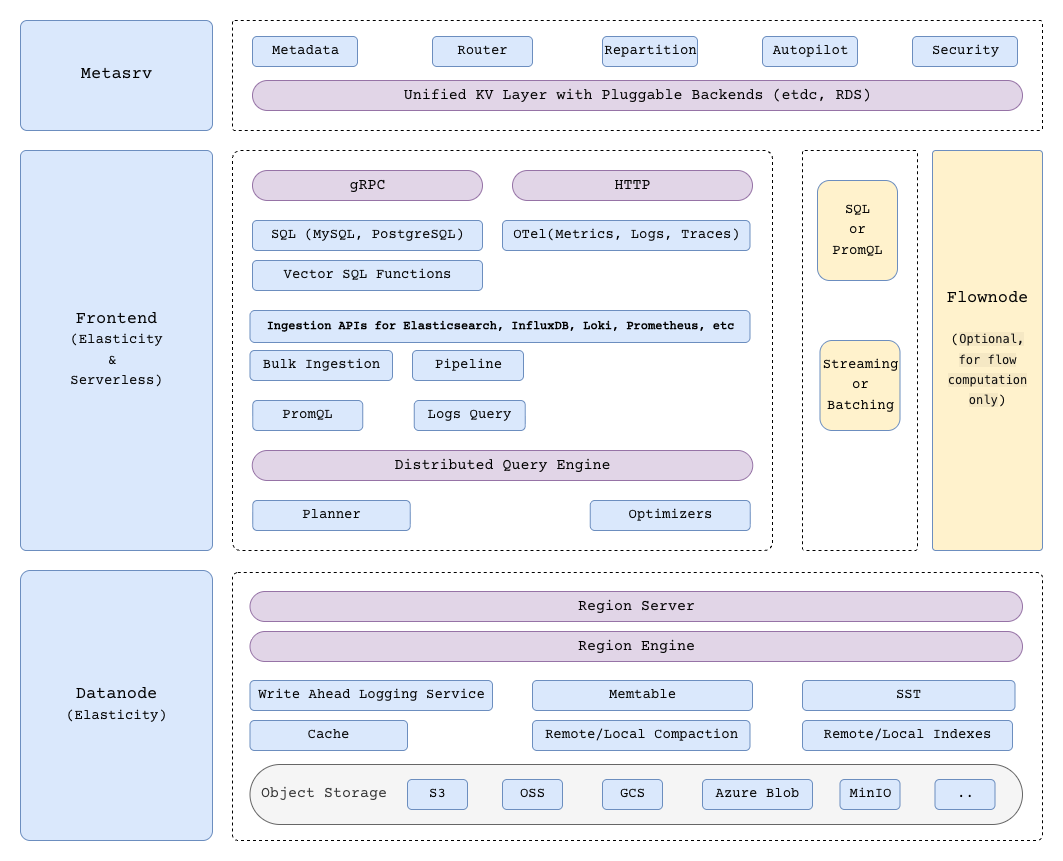
GreptimeTeam/docs keeps this draw.io diagram as static/architecture-4.png. Above is the earlier version. Source tidied: cells renumbered, new cells last; positions are measured from the earlier drawing's top-left corner, leaving out a move shared by most shapes.
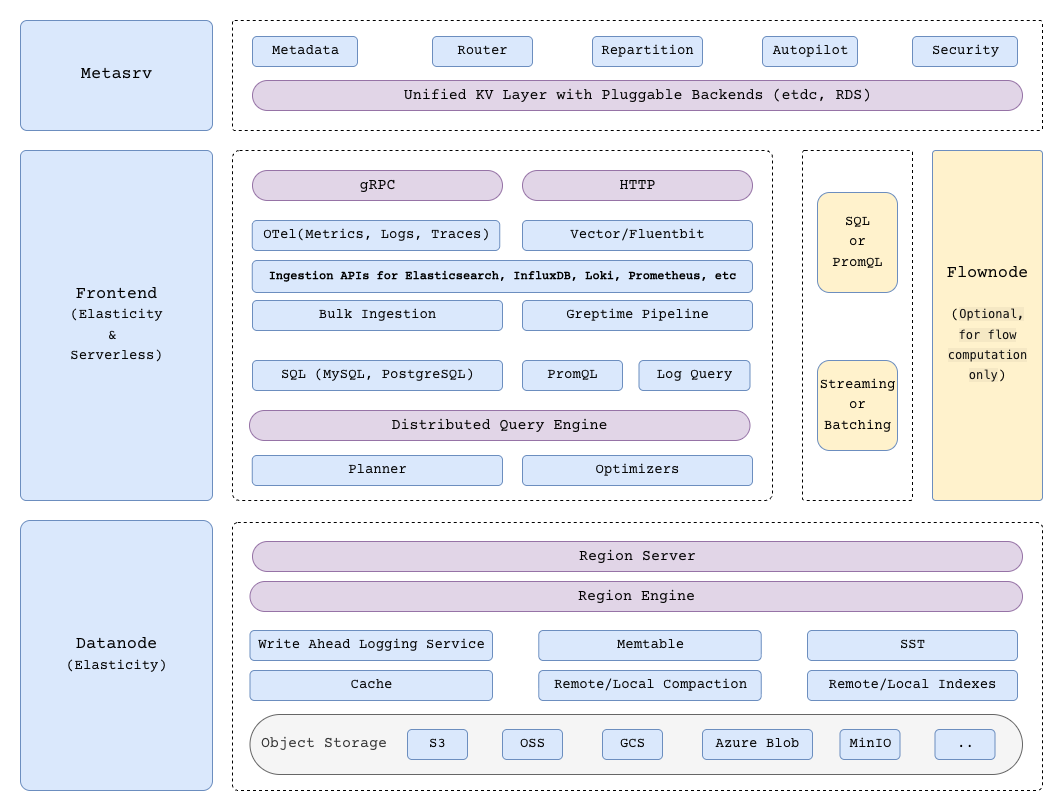
After the commit.

Diff of the diagram source:
```diff
@@ -6,10 +6,10 @@
       <mxGeometry width="192" height="110" as="geometry" />
     </mxCell>
     <mxCell id="3" value="Frontend&lt;div&gt;&lt;font style=&quot;font-size: 14px;&quot;&gt;(Elasticity&lt;/font&gt;&lt;/div&gt;&lt;div&gt;&lt;font style=&quot;font-size: 14px;&quot;&gt;&amp;amp;&amp;nbsp;&lt;/font&gt;&lt;/div&gt;&lt;div&gt;&lt;font style=&quot;font-size: 14px;&quot;&gt;Serverless)&lt;/font&gt;&lt;/div&gt;" style="rounded=1;html=1;fillColor=#dae8fc;strokeColor=#6c8ebf;fontSize=17;fontFamily=Courier Prime;fontStyle=0;spacing=2;fontSource=https%3A%2F%2Ffonts.googleapis.com%2Fcss%3Ffamily%3DCourier%2BPrime;arcSize=3;" parent="1" vertex="1">
-      <mxGeometry y="130" width="192" height="400" as="geometry" />
+      <mxGeometry y="130" width="192" height="350" as="geometry" />
     </mxCell>
     <mxCell id="4" value="Datanode&lt;div&gt;&lt;font style=&quot;font-size: 14px;&quot;&gt;(Elasticity)&lt;/font&gt;&lt;/div&gt;" style="rounded=1;html=1;fillColor=#dae8fc;strokeColor=#6c8ebf;fontSize=17;fontFamily=Courier Prime;fontStyle=0;spacing=2;fontSource=https%3A%2F%2Ffonts.googleapis.com%2Fcss%3Ffamily%3DCourier%2BPrime;arcSize=5;" parent="1" vertex="1">
-      <mxGeometry y="550" width="192" height="270" as="geometry" />
+      <mxGeometry y="500" width="192" height="270" as="geometry" />
     </mxCell>
     <mxCell id="5" style="rounded=1;html=1;fillColor=none;strokeColor=#000000;fontSize=17;fillOpacity=30;fontColor=#170128;fontFamily=Courier Prime;fontStyle=0;spacing=2;fontSource=https%3A%2F%2Ffonts.googleapis.com%2Fcss%3Ffamily%3DCourier%2BPrime;glass=0;arcSize=2;dashed=1;strokeWidth=1;" parent="1" vertex="1">
       <mxGeometry x="212" width="810" height="110" as="geometry" />
@@ -30,109 +30,109 @@
       <mxGeometry x="232" y="60" width="770" height="30" as="geometry" />
     </mxCell>
     <mxCell id="11" style="rounded=1;html=1;fillColor=none;strokeColor=#000000;fontSize=17;fillOpacity=30;fontColor=#170128;fontFamily=Courier Prime;fontStyle=0;spacing=2;fontSource=https%3A%2F%2Ffonts.googleapis.com%2Fcss%3Ffamily%3DCourier%2BPrime;glass=0;arcSize=2;dashed=1;strokeWidth=1;" parent="1" vertex="1">
-      <mxGeometry x="212" y="130" width="540" height="400" as="geometry" />
+      <mxGeometry x="212" y="130" width="540" height="350" as="geometry" />
     </mxCell>
     <mxCell id="12" value="gRPC" style="rounded=1;html=1;fillColor=#e1d5e7;strokeColor=#9673a6;fontSize=15;arcSize=50;fontFamily=Courier Prime;fontStyle=0;spacing=2;fontSource=https%3A%2F%2Ffonts.googleapis.com%2Fcss%3Ffamily%3DCourier%2BPrime;" parent="1" vertex="1">
-      <mxGeometry x="232" y="150" width="230" height="30" as="geometry" />
+      <mxGeometry x="232" y="150" width="250" height="30" as="geometry" />
     </mxCell>
     <mxCell id="13" value="HTTP" style="rounded=1;html=1;fillColor=#e1d5e7;strokeColor=#9673a6;fontSize=15;arcSize=50;fontFamily=Courier Prime;fontStyle=0;spacing=2;fontSource=https%3A%2F%2Ffonts.googleapis.com%2Fcss%3Ffamily%3DCourier%2BPrime;" parent="1" vertex="1">
-      <mxGeometry x="492" y="150" width="240" height="30" as="geometry" />
+      <mxGeometry x="502" y="150" width="230" height="30" as="geometry" />
     </mxCell>
     <mxCell id="14" value="&lt;font style=&quot;font-size: 14px;&quot;&gt;SQL (MySQL, PostgreSQL)&lt;/font&gt;" style="rounded=1;html=1;fillColor=#dae8fc;strokeColor=#6c8ebf;fontSize=17;fontFamily=Courier Prime;fontStyle=0;spacing=2;fontSource=https%3A%2F%2Ffonts.googleapis.com%2Fcss%3Ffamily%3DCourier%2BPrime;" parent="1" vertex="1">
-      <mxGeometry x="232" y="200" width="230" height="30" as="geometry" />
+      <mxGeometry x="232" y="340" width="250" height="30" as="geometry" />
     </mxCell>
-    <mxCell id="15" value="&lt;font style=&quot;font-size: 14px;&quot;&gt;Pipeline&lt;/font&gt;" style="rounded=1;html=1;fillColor=#dae8fc;strokeColor=#6c8ebf;fontSize=17;fontFamily=Courier Prime;fontStyle=0;spacing=2;fontSource=https%3A%2F%2Ffonts.googleapis.com%2Fcss%3Ffamily%3DCourier%2BPrime;" parent="1" vertex="1">
-      <mxGeometry x="392" y="330" width="111" height="30" as="geometry" />
+    <mxCell id="15" value="&lt;font style=&quot;font-size: 14px;&quot;&gt;Greptime Pipeline&lt;/font&gt;" style="rounded=1;html=1;fillColor=#dae8fc;strokeColor=#6c8ebf;fontSize=17;fontFamily=Courier Prime;fontStyle=0;spacing=2;fontSource=https%3A%2F%2Ffonts.googleapis.com%2Fcss%3Ffamily%3DCourier%2BPrime;" parent="1" vertex="1">
+      <mxGeometry x="502" y="280" width="230" height="30" as="geometry" />
     </mxCell>
     <mxCell id="16" value="&lt;font style=&quot;font-size: 14px;&quot;&gt;PromQL&lt;/font&gt;" style="rounded=1;html=1;fillColor=#dae8fc;strokeColor=#6c8ebf;fontSize=17;fontFamily=Courier Prime;fontStyle=0;spacing=2;fontSource=https%3A%2F%2Ffonts.googleapis.com%2Fcss%3Ffamily%3DCourier%2BPrime;" parent="1" vertex="1">
-      <mxGeometry x="232.2" y="380" width="110" height="30" as="geometry" />
+      <mxGeometry x="502" y="340" width="100" height="30" as="geometry" />
     </mxCell>
     <mxCell id="17" value="&lt;span style=&quot;font-weight: 400;&quot;&gt;&lt;font style=&quot;font-size: 14px;&quot;&gt;OTel(Metrics, Logs, Traces)&lt;/font&gt;&lt;/span&gt;" style="rounded=1;html=1;fillColor=#dae8fc;strokeColor=#6c8ebf;fontSize=17;fontFamily=Courier Prime;fontStyle=1;spacing=2;fontSource=https%3A%2F%2Ffonts.googleapis.com%2Fcss%3Ffamily%3DCourier%2BPrime;" parent="1" vertex="1">
-      <mxGeometry x="482" y="200" width="247.5" height="30" as="geometry" />
+      <mxGeometry x="231.8" y="200" width="247.5" height="30" as="geometry" />
     </mxCell>
     <mxCell id="18" value="Distributed Query Engine" style="rounded=1;html=1;fillColor=#e1d5e7;strokeColor=#9673a6;fontSize=15;arcSize=50;fontFamily=Courier Prime;fontStyle=0;spacing=2;fontSource=https%3A%2F%2Ffonts.googleapis.com%2Fcss%3Ffamily%3DCourier%2BPrime;" parent="1" vertex="1">
-      <mxGeometry x="231.8" y="430" width="500.5" height="30" as="geometry" />
+      <mxGeometry x="229" y="390" width="500.5" height="30" as="geometry" />
     </mxCell>
     <mxCell id="19" value="&lt;span style=&quot;font-size: 14px;&quot;&gt;Planner&lt;/span&gt;" style="rounded=1;html=1;fillColor=#dae8fc;strokeColor=#6c8ebf;fontSize=17;fontFamily=Courier Prime;fontStyle=0;spacing=2;fontSource=https%3A%2F%2Ffonts.googleapis.com%2Fcss%3Ffamily%3DCourier%2BPrime;" parent="1" vertex="1">
-      <mxGeometry x="232.2" y="480" width="157.5" height="30" as="geometry" />
+      <mxGeometry x="231.8" y="435" width="250.2" height="30" as="geometry" />
     </mxCell>
     <mxCell id="20" value="&lt;span style=&quot;font-size: 14px;&quot;&gt;Optimizers&lt;/span&gt;" style="rounded=1;html=1;fillColor=#dae8fc;strokeColor=#6c8ebf;fontSize=17;fontFamily=Courier Prime;fontStyle=0;spacing=2;fontSource=https%3A%2F%2Ffonts.googleapis.com%2Fcss%3Ffamily%3DCourier%2BPrime;" parent="1" vertex="1">
-      <mxGeometry x="569.8" y="480" width="160" height="30" as="geometry" />
+      <mxGeometry x="502" y="435" width="230" height="30" as="geometry" />
     </mxCell>
     <mxCell id="21" style="rounded=1;html=1;fillColor=none;strokeColor=#000000;fontSize=17;fillOpacity=30;fontColor=#170128;fontFamily=Courier Prime;fontStyle=0;spacing=2;fontSource=https%3A%2F%2Ffonts.googleapis.com%2Fcss%3Ffamily%3DCourier%2BPrime;glass=0;arcSize=2;dashed=1;strokeWidth=1;" parent="1" vertex="1">
-      <mxGeometry x="212" y="552" width="810" height="268" as="geometry" />
+      <mxGeometry x="212" y="502" width="810" height="268" as="geometry" />
     </mxCell>
     <mxCell id="22" value="Region Server" style="rounded=1;html=1;fillColor=#e1d5e7;strokeColor=#9673a6;fontSize=15;arcSize=50;fontFamily=Courier Prime;fontStyle=0;spacing=2;fontSource=https%3A%2F%2Ffonts.googleapis.com%2Fcss%3Ffamily%3DCourier%2BPrime;" parent="1" vertex="1">
-      <mxGeometry x="229.5" y="571" width="772.5" height="30" as="geometry" />
+      <mxGeometry x="232" y="521" width="770" height="30" as="geometry" />
     </mxCell>
     <mxCell id="23" value="Region Engine" style="rounded=1;html=1;fillColor=#e1d5e7;strokeColor=#9673a6;fontSize=15;arcSize=50;fontFamily=Courier Prime;fontStyle=0;spacing=2;fontSource=https%3A%2F%2Ffonts.googleapis.com%2Fcss%3Ffamily%3DCourier%2BPrime;" parent="1" vertex="1">
-      <mxGeometry x="229.5" y="611" width="772.5" height="30" as="geometry" />
+      <mxGeometry x="229.5" y="561" width="772.5" height="30" as="geometry" />
     </mxCell>
     <mxCell id="24" value="&lt;span style=&quot;font-size: 14px;&quot;&gt;Write Ahead Logging Service&lt;/span&gt;" style="rounded=1;html=1;fillColor=#dae8fc;strokeColor=#6c8ebf;fontSize=17;fontFamily=Courier Prime;fontStyle=0;spacing=2;fontSource=https%3A%2F%2Ffonts.googleapis.com%2Fcss%3Ffamily%3DCourier%2BPrime;" parent="1" vertex="1">
-      <mxGeometry x="229.5" y="660" width="242.5" height="30" as="geometry" />
+      <mxGeometry x="229.5" y="610" width="242.5" height="30" as="geometry" />
     </mxCell>
     <mxCell id="25" value="&lt;span style=&quot;font-size: 14px;&quot;&gt;Memtable&lt;/span&gt;" style="rounded=1;html=1;fillColor=#dae8fc;strokeColor=#6c8ebf;fontSize=17;fontFamily=Courier Prime;fontStyle=0;spacing=2;fontSource=https%3A%2F%2Ffonts.googleapis.com%2Fcss%3Ffamily%3DCourier%2BPrime;" parent="1" vertex="1">
-      <mxGeometry x="512" y="660" width="220" height="30" as="geometry" />
+      <mxGeometry x="518.2" y="610" width="222.5" height="30" as="geometry" />
     </mxCell>
     <mxCell id="26" value="&lt;span style=&quot;font-size: 14px;&quot;&gt;SST&lt;/span&gt;" style="rounded=1;html=1;fillColor=#dae8fc;strokeColor=#6c8ebf;fontSize=17;fontFamily=Courier Prime;fontStyle=0;spacing=2;fontSource=https%3A%2F%2Ffonts.googleapis.com%2Fcss%3Ffamily%3DCourier%2BPrime;" parent="1" vertex="1">
-      <mxGeometry x="782" y="660" width="212.5" height="30" as="geometry" />
+      <mxGeometry x="787" y="610" width="210" height="30" as="geometry" />
     </mxCell>
     <mxCell id="27" value="&lt;span style=&quot;font-size: 14px;&quot;&gt;Remote/Local Indexes&lt;/span&gt;" style="rounded=1;html=1;fillColor=#dae8fc;strokeColor=#6c8ebf;fontSize=17;fontFamily=Courier Prime;fontStyle=0;spacing=2;fontSource=https%3A%2F%2Ffonts.googleapis.com%2Fcss%3Ffamily%3DCourier%2BPrime;" parent="1" vertex="1">
-      <mxGeometry x="782" y="700" width="210" height="30" as="geometry" />
+      <mxGeometry x="787" y="650" width="210" height="30" as="geometry" />
     </mxCell>
     <mxCell id="28" value="&lt;span style=&quot;font-size: 14px;&quot;&gt;Cache&lt;/span&gt;" style="rounded=1;html=1;fillColor=#dae8fc;strokeColor=#6c8ebf;fontSize=17;fontFamily=Courier Prime;fontStyle=0;spacing=2;fontSource=https%3A%2F%2Ffonts.googleapis.com%2Fcss%3Ffamily%3DCourier%2BPrime;" parent="1" vertex="1">
-      <mxGeometry x="229.5" y="700" width="157.5" height="30" as="geometry" />
+      <mxGeometry x="229.5" y="650" width="242.5" height="30" as="geometry" />
     </mxCell>
     <mxCell id="29" value="&lt;span style=&quot;font-size: 14px;&quot;&gt;Remote/Local Compaction&lt;/span&gt;" style="rounded=1;html=1;fillColor=#dae8fc;strokeColor=#6c8ebf;fontSize=17;fontFamily=Courier Prime;fontStyle=0;spacing=2;fontSource=https%3A%2F%2Ffonts.googleapis.com%2Fcss%3Ffamily%3DCourier%2BPrime;" parent="1" vertex="1">
-      <mxGeometry x="512" y="700" width="217.5" height="30" as="geometry" />
+      <mxGeometry x="518.2" y="650" width="222.5" height="30" as="geometry" />
     </mxCell>
     <mxCell id="30" value="&lt;font style=&quot;font-size: 15px;&quot;&gt;&amp;nbsp;Object Storage&lt;/font&gt;" style="rounded=1;html=1;fillColor=#f5f5f5;strokeColor=#666666;fontSize=17;fontColor=#333333;arcSize=50;fontFamily=Courier Prime;fontStyle=0;spacing=2;fontSource=https%3A%2F%2Ffonts.googleapis.com%2Fcss%3Ffamily%3DCourier%2BPrime;align=left;" parent="1" vertex="1">
-      <mxGeometry x="229.5" y="744" width="772.5" height="60" as="geometry" />
+      <mxGeometry x="229.5" y="694" width="772.5" height="60" as="geometry" />
     </mxCell>
     <mxCell id="31" value="&lt;span style=&quot;font-size: 14px;&quot;&gt;S3&lt;/span&gt;" style="rounded=1;html=1;fillColor=#dae8fc;strokeColor=#6c8ebf;fontSize=17;fontFamily=Courier Prime;fontStyle=0;spacing=2;fontSource=https%3A%2F%2Ffonts.googleapis.com%2Fcss%3Ffamily%3DCourier%2BPrime;" parent="1" vertex="1">
-      <mxGeometry x="387" y="759" width="60" height="30" as="geometry" />
+      <mxGeometry x="387" y="709" width="60" height="30" as="geometry" />
     </mxCell>
     <mxCell id="32" value="&lt;span style=&quot;font-size: 14px;&quot;&gt;OSS&lt;/span&gt;" style="rounded=1;html=1;fillColor=#dae8fc;strokeColor=#6c8ebf;fontSize=17;fontFamily=Courier Prime;fontStyle=0;spacing=2;fontSource=https%3A%2F%2Ffonts.googleapis.com%2Fcss%3Ffamily%3DCourier%2BPrime;" parent="1" vertex="1">
-      <mxGeometry x="482" y="759" width="60" height="30" as="geometry" />
+      <mxGeometry x="482" y="709" width="60" height="30" as="geometry" />
     </mxCell>
     <mxCell id="33" value="&lt;span style=&quot;font-size: 14px;&quot;&gt;GCS&lt;/span&gt;" style="rounded=1;html=1;fillColor=#dae8fc;strokeColor=#6c8ebf;fontSize=17;fontFamily=Courier Prime;fontStyle=0;spacing=2;fontSource=https%3A%2F%2Ffonts.googleapis.com%2Fcss%3Ffamily%3DCourier%2BPrime;" parent="1" vertex="1">
-      <mxGeometry x="582" y="759" width="60" height="30" as="geometry" />
+      <mxGeometry x="582" y="709" width="60" height="30" as="geometry" />
     </mxCell>
     <mxCell id="34" value="&lt;span style=&quot;font-size: 14px;&quot;&gt;..&lt;/span&gt;" style="rounded=1;html=1;fillColor=#dae8fc;strokeColor=#6c8ebf;fontSize=17;fontFamily=Courier Prime;fontStyle=0;spacing=2;fontSource=https%3A%2F%2Ffonts.googleapis.com%2Fcss%3Ffamily%3DCourier%2BPrime;" parent="1" vertex="1">
-      <mxGeometry x="914.5" y="759" width="60" height="30" as="geometry" />
+      <mxGeometry x="914.5" y="709" width="60" height="30" as="geometry" />
     </mxCell>
     <mxCell id="35" value="&lt;font style=&quot;font-size: 14px;&quot;&gt;Repartition&lt;/font&gt;" style="rounded=1;html=1;fillColor=#dae8fc;strokeColor=#6c8ebf;fontSize=17;fontFamily=Courier Prime;fontStyle=0;spacing=2;fontSource=https%3A%2F%2Ffonts.googleapis.com%2Fcss%3Ffamily%3DCourier%2BPrime;" parent="1" vertex="1">
-      <mxGeometry x="582" y="16" width="95" height="30" as="geometry" />
+      <mxGeometry x="572" y="16" width="110" height="30" as="geometry" />
     </mxCell>
     <mxCell id="36" value="&lt;font style=&quot;font-size: 12px;&quot;&gt;Ingestion APIs for Elasticsearch, InfluxDB, Loki, Prometheus, etc&lt;/font&gt;" style="rounded=1;html=1;fillColor=#dae8fc;strokeColor=#6c8ebf;fontSize=17;fontFamily=Courier Prime;fontStyle=1;spacing=2;fontSource=https%3A%2F%2Ffonts.googleapis.com%2Fcss%3Ffamily%3DCourier%2BPrime;" parent="1" vertex="1">
-      <mxGeometry x="229.5" y="290" width="500" height="32" as="geometry" />
+      <mxGeometry x="231.8" y="240" width="500.2" height="32" as="geometry" />
     </mxCell>
-    <mxCell id="37" value="&lt;font style=&quot;font-size: 14px;&quot;&gt;Logs Query&lt;/font&gt;" style="rounded=1;html=1;fillColor=#dae8fc;strokeColor=#6c8ebf;fontSize=17;fontFamily=Courier Prime;fontStyle=0;spacing=2;fontSource=https%3A%2F%2Ffonts.googleapis.com%2Fcss%3Ffamily%3DCourier%2BPrime;" parent="1" vertex="1">
-      <mxGeometry x="393.8" y="380" width="111" height="30" as="geometry" />
+    <mxCell id="37" value="&lt;font style=&quot;font-size: 14px;&quot;&gt;Log Query&lt;/font&gt;" style="rounded=1;html=1;fillColor=#dae8fc;strokeColor=#6c8ebf;fontSize=17;fontFamily=Courier Prime;fontStyle=0;spacing=2;fontSource=https%3A%2F%2Ffonts.googleapis.com%2Fcss%3Ffamily%3DCourier%2BPrime;" parent="1" vertex="1">
+      <mxGeometry x="618.5" y="340" width="111" height="30" as="geometry" />
     </mxCell>
     <mxCell id="38" style="rounded=1;html=1;fillColor=none;strokeColor=#000000;fontSize=17;fillOpacity=30;fontColor=#170128;fontFamily=Courier Prime;fontStyle=0;spacing=2;fontSource=https%3A%2F%2Ffonts.googleapis.com%2Fcss%3Ffamily%3DCourier%2BPrime;glass=0;arcSize=2;dashed=1;strokeWidth=1;" parent="1" vertex="1">
-      <mxGeometry x="782" y="130" width="115" height="400" as="geometry" />
+      <mxGeometry x="782" y="130" width="110" height="350" as="geometry" />
     </mxCell>
     <mxCell id="39" value="&lt;font style=&quot;font-size: 14px;&quot;&gt;SQL&lt;/font&gt;&lt;div&gt;&lt;span style=&quot;font-size: 14px;&quot;&gt;or&lt;/span&gt;&lt;/div&gt;&lt;div&gt;&lt;font style=&quot;font-size: 14px;&quot;&gt;PromQL&lt;/font&gt;&lt;/div&gt;" style="rounded=1;html=1;fillColor=#FFF2CC;strokeColor=#6c8ebf;fontSize=17;fontFamily=Courier Prime;fontStyle=0;spacing=2;fontSource=https%3A%2F%2Ffonts.googleapis.com%2Fcss%3Ffamily%3DCourier%2BPrime;" parent="1" vertex="1">
-      <mxGeometry x="797" y="160" width="80" height="100" as="geometry" />
+      <mxGeometry x="797" y="172" width="80" height="100" as="geometry" />
     </mxCell>
     <mxCell id="40" value="&lt;font style=&quot;font-size: 14px;&quot;&gt;Bulk Ingestion&lt;/font&gt;" style="rounded=1;html=1;fillColor=#dae8fc;strokeColor=#6c8ebf;fontSize=17;fontFamily=Courier Prime;fontStyle=0;spacing=2;fontSource=https%3A%2F%2Ffonts.googleapis.com%2Fcss%3Ffamily%3DCourier%2BPrime;" parent="1" vertex="1">
-      <mxGeometry x="229.5" y="330" width="142.5" height="30" as="geometry" />
+      <mxGeometry x="232" y="280" width="250" height="30" as="geometry" />
     </mxCell>
     <mxCell id="41" value="&lt;font style=&quot;font-size: 14px;&quot;&gt;Streaming&lt;/font&gt;&lt;div&gt;&lt;span style=&quot;font-size: 14px;&quot;&gt;or&lt;/span&gt;&lt;/div&gt;&lt;div&gt;&lt;font style=&quot;font-size: 14px;&quot;&gt;Batching&lt;/font&gt;&lt;/div&gt;" style="rounded=1;html=1;fillColor=#FFF2CC;strokeColor=#6c8ebf;fontSize=17;fontFamily=Courier Prime;fontStyle=0;spacing=2;fontSource=https%3A%2F%2Ffonts.googleapis.com%2Fcss%3Ffamily%3DCourier%2BPrime;" parent="1" vertex="1">
-      <mxGeometry x="799.5" y="320" width="80" height="90" as="geometry" />
+      <mxGeometry x="797" y="340" width="80" height="90" as="geometry" />
     </mxCell>
     <mxCell id="42" value="&lt;span style=&quot;font-size: 14px;&quot;&gt;Azure Blob&lt;/span&gt;" style="rounded=1;html=1;fillColor=#dae8fc;strokeColor=#6c8ebf;fontSize=17;fontFamily=Courier Prime;fontStyle=0;spacing=2;fontSource=https%3A%2F%2Ffonts.googleapis.com%2Fcss%3Ffamily%3DCourier%2BPrime;" parent="1" vertex="1">
-      <mxGeometry x="682" y="759" width="110" height="30" as="geometry" />
+      <mxGeometry x="682" y="709" width="110" height="30" as="geometry" />
     </mxCell>
     <mxCell id="43" value="&lt;span style=&quot;font-size: 14px;&quot;&gt;MinIO&lt;/span&gt;" style="rounded=1;html=1;fillColor=#dae8fc;strokeColor=#6c8ebf;fontSize=17;fontFamily=Courier Prime;fontStyle=0;spacing=2;fontSource=https%3A%2F%2Ffonts.googleapis.com%2Fcss%3Ffamily%3DCourier%2BPrime;" parent="1" vertex="1">
-      <mxGeometry x="819.5" y="759" width="60" height="30" as="geometry" />
+      <mxGeometry x="819.5" y="709" width="60" height="30" as="geometry" />
     </mxCell>
     <mxCell id="44" value="Flownode&lt;div&gt;&lt;font style=&quot;font-size: 14px;&quot;&gt;&lt;div style=&quot;font-size: 17px;&quot;&gt;&lt;font style=&quot;font-size: 14px;&quot;&gt;&lt;br&gt;&lt;/font&gt;&lt;/div&gt;&lt;div style=&quot;font-size: 17px;&quot;&gt;&lt;font style=&quot;font-size: 14px;&quot;&gt;(&lt;span style=&quot;color: rgb(13, 13, 13); font-family: ui-monospace, SFMono-Regular, &amp;quot;SF Mono&amp;quot;, Menlo, Consolas, &amp;quot;Liberation Mono&amp;quot;, monospace; font-size: 12px; text-align: start; text-wrap-mode: wrap; background-color: oklab(0.159065 0.00000723451 0.00000317395 / 0.042);&quot;&gt;Optional, for flow computation only&lt;/span&gt;)&lt;/font&gt;&lt;/div&gt;&lt;/font&gt;&lt;/div&gt;" style="rounded=1;html=1;fillColor=#FFF2CC;strokeColor=#6c8ebf;fontSize=17;fontFamily=Courier Prime;fontStyle=0;spacing=2;fontSource=https%3A%2F%2Ffonts.googleapis.com%2Fcss%3Ffamily%3DCourier%2BPrime;arcSize=3;" parent="1" vertex="1">
-      <mxGeometry x="912" y="130" width="110" height="400" as="geometry" />
+      <mxGeometry x="912" y="130" width="110" height="350" as="geometry" />
     </mxCell>
-    <mxCell id="45" value="&lt;font style=&quot;font-size: 14px;&quot;&gt;Vector SQL Functions&lt;/font&gt;" style="rounded=1;html=1;fillColor=#dae8fc;strokeColor=#6c8ebf;fontSize=17;fontFamily=Courier Prime;fontStyle=0;spacing=2;fontSource=https%3A%2F%2Ffonts.googleapis.com%2Fcss%3Ffamily%3DCourier%2BPrime;" parent="1" vertex="1">
-      <mxGeometry x="232" y="240" width="230" height="30" as="geometry" />
+    <mxCell id="45" value="&lt;font style=&quot;font-size: 14px;&quot;&gt;Vector/Fluentbit&lt;/font&gt;" style="rounded=1;html=1;fillColor=#dae8fc;strokeColor=#6c8ebf;fontSize=17;fontFamily=Courier Prime;fontStyle=0;spacing=2;fontSource=https%3A%2F%2Ffonts.googleapis.com%2Fcss%3Ffamily%3DCourier%2BPrime;" parent="1" vertex="1">
+      <mxGeometry x="502" y="200" width="230" height="30" as="geometry" />
     </mxCell>
   </root>
 </mxGraphModel>
```
